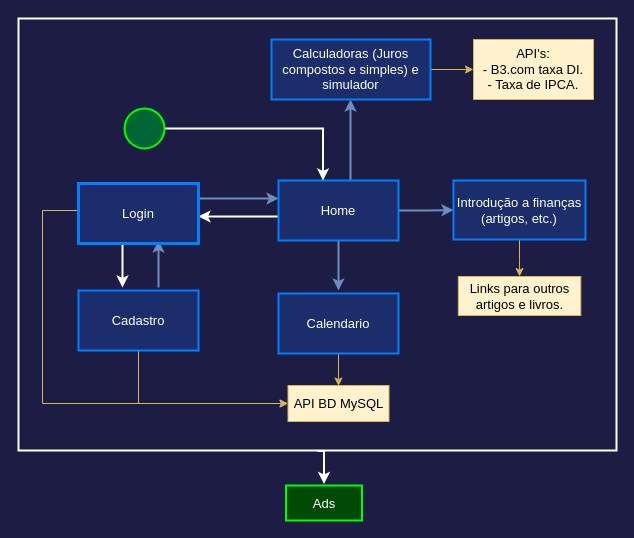
lucaslrodrigues/Projects keeps this draw.io diagram as Calculardora financeira/Plataforma de finanças/Documentação/TelasSiteFinancas.drawio. Above is the earlier version. Source tidied: cells renumbered, new cells numbered last; positions are measured from the earlier drawing's top-left corner, leaving out a move shared by most shapes. Both pictures are drawn from the tidied source at 100%, with x=0, y=0 at pixel (18, 18).
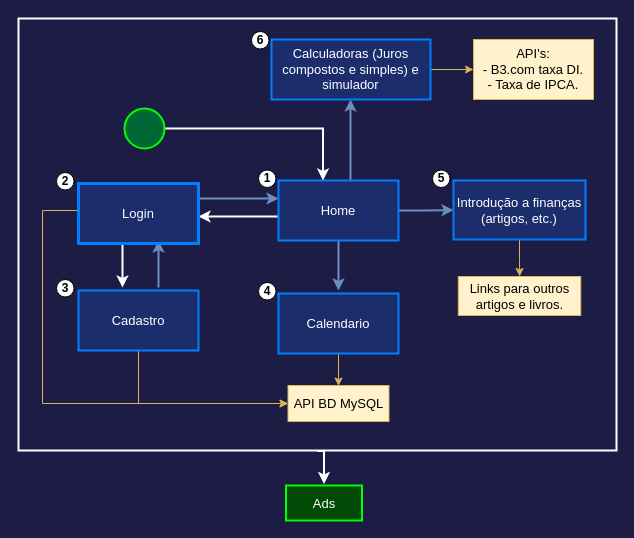
Above is the later version.

What changed in the source:
```diff
@@
+    <mxCell id="28" value="&lt;b&gt;1&lt;/b&gt;" style="ellipse;whiteSpace=wrap;html=1;" parent="1" vertex="1">
+      <mxGeometry x="240" y="151.5" width="17.5" height="17.5" as="geometry" />
+    </mxCell>
+    <mxCell id="29" value="&lt;b&gt;2&lt;/b&gt;" style="ellipse;whiteSpace=wrap;html=1;" parent="1" vertex="1">
+      <mxGeometry x="38" y="154" width="17.5" height="17.5" as="geometry" />
+    </mxCell>
+    <mxCell id="30" value="&lt;b&gt;3&lt;/b&gt;" style="ellipse;whiteSpace=wrap;html=1;" parent="1" vertex="1">
+      <mxGeometry x="38" y="261" width="17.5" height="17.5" as="geometry" />
+    </mxCell>
+    <mxCell id="31" value="&lt;b&gt;4&lt;/b&gt;" style="ellipse;whiteSpace=wrap;html=1;" parent="1" vertex="1">
+      <mxGeometry x="240" y="264" width="17.5" height="17.5" as="geometry" />
+    </mxCell>
+    <mxCell id="32" value="&lt;b&gt;5&lt;/b&gt;" style="ellipse;whiteSpace=wrap;html=1;" parent="1" vertex="1">
+      <mxGeometry x="414" y="151.5" width="17.5" height="17.5" as="geometry" />
+    </mxCell>
+    <mxCell id="33" value="&lt;b&gt;6&lt;/b&gt;" style="ellipse;whiteSpace=wrap;html=1;" parent="1" vertex="1">
+      <mxGeometry x="233" y="13" width="17.5" height="17.5" as="geometry" />
+    </mxCell>
```
